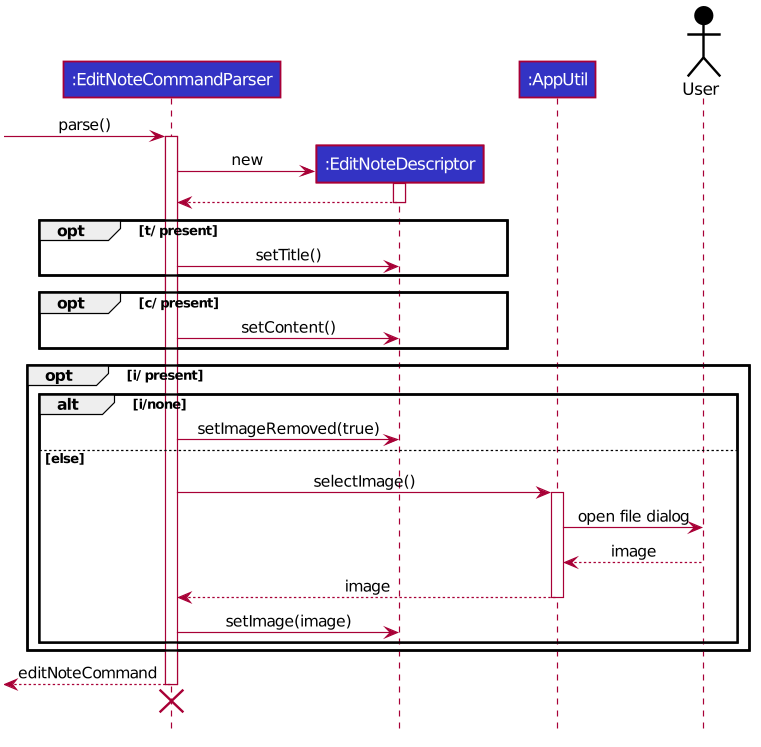
Before: docs/images/ImageSelectionSequenceDiagram.png, a diagram exported from PlantUML (nus-cs2103-AY1920S1/addressbook-level3).
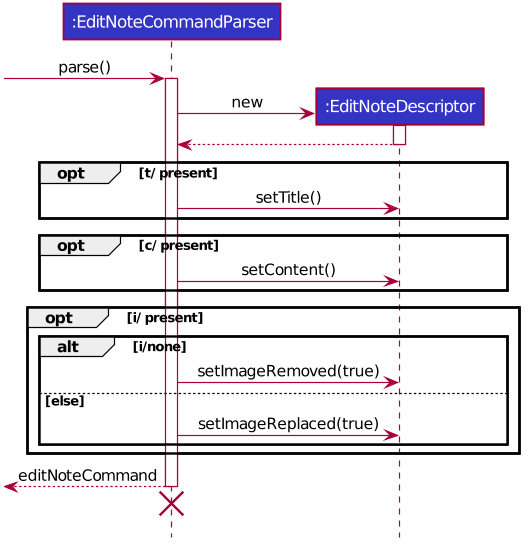
Later version of the same file.

Commit message:
Move image selection to after title checking

Diff of the diagram source:
```diff
@@ -50,8 +50,6 @@
 
 participant ":EditNoteCommandParser" as ENCP #3333C4
 participant ":EditNoteDescriptor" as END #3333C4
-participant ":AppUtil" as NIS #3333C4
-Actor User as U #000000
 
 [-> ENCP: parse()
 activate ENCP
@@ -70,13 +68,7 @@
     alt i/none
         ENCP -> END: setImageRemoved(true)
     else else
-        ENCP -> NIS: selectImage()
-        activate NIS
-        NIS -> U: open file dialog
-        NIS <-- U: image
-        NIS --> ENCP: image
-        deactivate NIS
-        ENCP -> END: setImage(image)
+        ENCP -> END: setImageReplaced(true)
     end
 end
 [<-- ENCP: editNoteCommand
```
